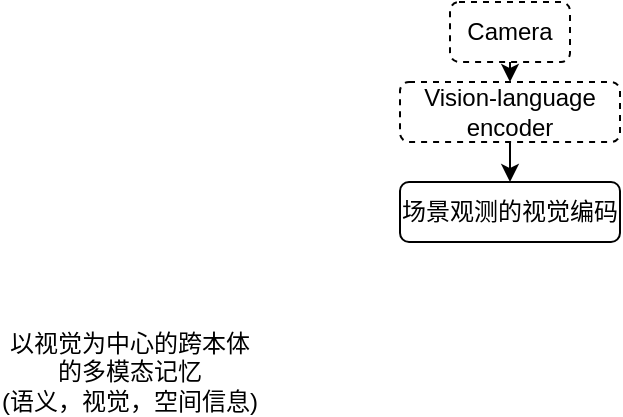
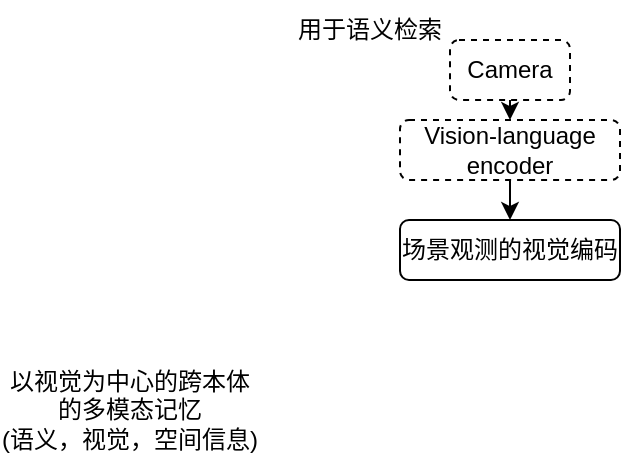
<mxfile host="app.diagrams.net">
  <diagram name="第 1 页" id="ri1UiOSOw__C7K71Jf-3">
    <mxGraphModel dx="884" dy="479" grid="1" gridSize="10" guides="1" tooltips="1" connect="1" arrows="1" fold="1" page="1" pageScale="1" pageWidth="3300" pageHeight="2339" math="0" shadow="0">
      <root>
        <mxCell id="0" />
        <mxCell id="1" parent="0" />
        <mxCell id="8uAygAgR7DF40HWwl34I-1" parent="1" style="text;html=1;whiteSpace=wrap;strokeColor=none;fillColor=none;align=center;verticalAlign=middle;rounded=0;" value="以视觉为中心的跨本体的多模态记忆&lt;br&gt;(语义，视觉，空间信息)" vertex="1">
          <mxGeometry height="30" width="130" x="30" y="200" as="geometry" />
        </mxCell>
        <mxCell id="8uAygAgR7DF40HWwl34I-2" parent="1" style="rounded=1;whiteSpace=wrap;html=1;" value="场景观测的视觉编码" vertex="1">
          <mxGeometry height="30" width="110" x="230" y="120" as="geometry" />
        </mxCell>
        <mxCell id="8uAygAgR7DF40HWwl34I-5" edge="1" parent="1" source="8uAygAgR7DF40HWwl34I-3" style="edgeStyle=orthogonalEdgeStyle;rounded=0;orthogonalLoop=1;jettySize=auto;html=1;exitX=0.5;exitY=1;exitDx=0;exitDy=0;entryX=0.5;entryY=0;entryDx=0;entryDy=0;" target="8uAygAgR7DF40HWwl34I-2">
          <mxGeometry relative="1" as="geometry" />
        </mxCell>
        <mxCell id="8uAygAgR7DF40HWwl34I-3" parent="1" style="rounded=1;whiteSpace=wrap;html=1;dashed=1;" value="Vision-language encoder" vertex="1">
          <mxGeometry height="30" width="110" x="230" y="70" as="geometry" />
        </mxCell>
        <mxCell id="8uAygAgR7DF40HWwl34I-6" edge="1" parent="1" source="8uAygAgR7DF40HWwl34I-4" style="edgeStyle=orthogonalEdgeStyle;rounded=0;orthogonalLoop=1;jettySize=auto;html=1;exitX=0.5;exitY=1;exitDx=0;exitDy=0;entryX=0.5;entryY=0;entryDx=0;entryDy=0;" target="8uAygAgR7DF40HWwl34I-3">
          <mxGeometry relative="1" as="geometry" />
        </mxCell>
        <mxCell id="8uAygAgR7DF40HWwl34I-4" parent="1" style="rounded=1;whiteSpace=wrap;html=1;dashed=1;" value="Camera" vertex="1">
          <mxGeometry height="30" width="60" x="255" y="30" as="geometry" />
        </mxCell>
+         <mxCell id="8uAygAgR7DF40HWwl34I-7" parent="1" style="text;html=1;whiteSpace=wrap;strokeColor=none;fillColor=none;align=center;verticalAlign=middle;rounded=0;" value="用于语义检索" vertex="1">
+           <mxGeometry height="30" width="80" x="175" y="10" as="geometry" />
+         </mxCell>
      </root>
    </mxGraphModel>
  </diagram>
</mxfile>
